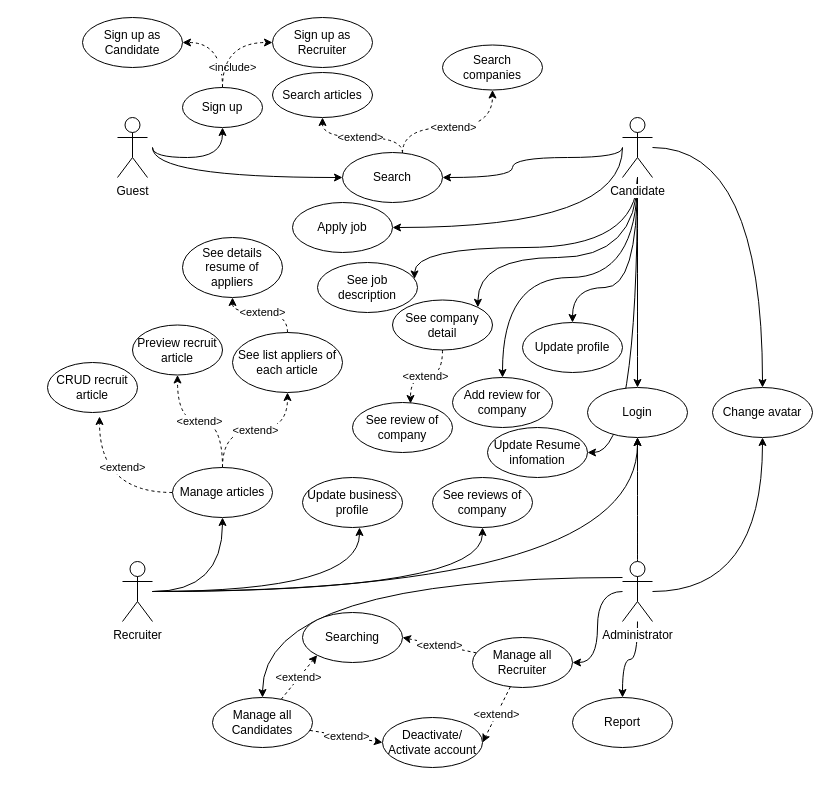
Before: page "Use case diagram" (1 of 7) of Use case Diagram.drawio in vietdqhcmute/DATN, a draw.io diagram. Source tidied: cells renumbered, new cells numbered last; positions are measured from the earlier drawing's top-left corner, leaving out a move shared by most shapes. Both pictures are drawn from the tidied source at 100%, with x=0, y=0 at pixel (47, 17).
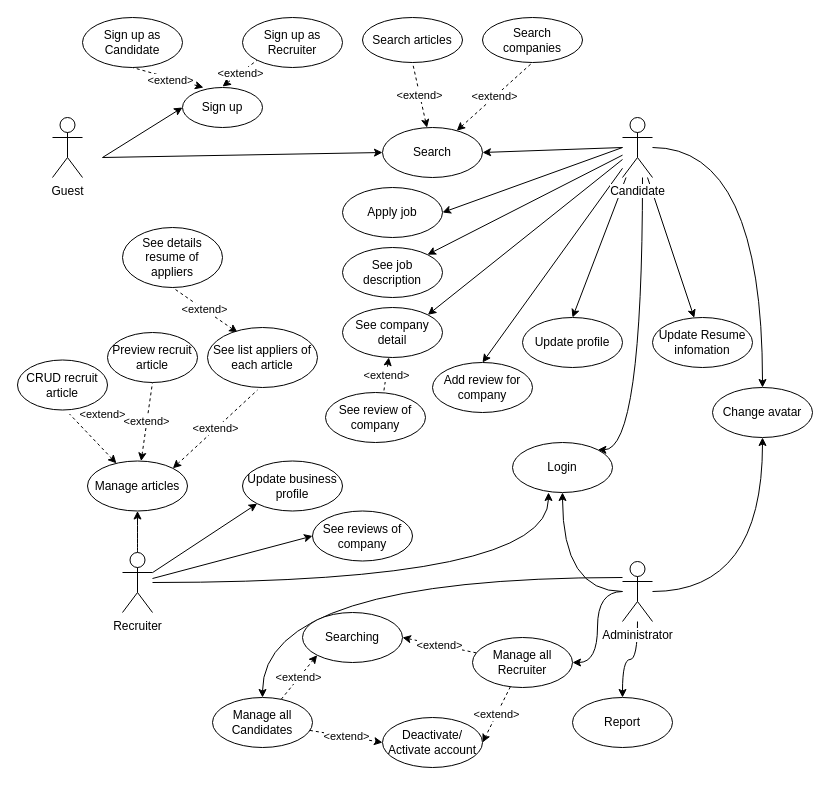
After the change.

Unchanged cells that the change refers to:
```xml
<mxCell id="14" value="Candidate" style="shape=umlActor;verticalLabelPosition=bottom;labelBackgroundColor=#ffffff;verticalAlign=top;html=1;outlineConnect=0;" parent="1" vertex="1">
  <mxGeometry x="575" y="100" width="30" height="60" as="geometry" />
</mxCell>
<mxCell id="28" value="Sign up" style="ellipse;whiteSpace=wrap;html=1;" parent="1" vertex="1">
  <mxGeometry x="135" y="70" width="80" height="40" as="geometry" />
</mxCell>
<mxCell id="29" value="Sign up as Candidate" style="ellipse;whiteSpace=wrap;html=1;" parent="1" vertex="1">
  <mxGeometry x="35" width="100" height="50" as="geometry" />
</mxCell>
```

The edit, as a diff of the source:
```diff
@@
-    <mxCell id="2" style="edgeStyle=orthogonalEdgeStyle;curved=1;rounded=0;jettySize=auto;html=1;entryX=0.5;entryY=1;entryDx=0;entryDy=0;" parent="1" edge="1" target="28">
+    <mxCell id="2" style="rounded=0;jettySize=auto;html=1;entryX=0;entryY=0.5;entryDx=0;entryDy=0;" parent="1" edge="1" target="28">
       <mxGeometry relative="1" as="geometry">
-        <mxPoint x="105" y="130" as="sourcePoint" />
-        <Array as="points">
-          <mxPoint x="175" y="140" />
-        </Array>
+        <mxPoint x="55" y="140" as="sourcePoint" />
       </mxGeometry>
     </mxCell>
-    <mxCell id="3" style="edgeStyle=orthogonalEdgeStyle;curved=1;rounded=0;jettySize=auto;html=1;entryX=0;entryY=0.5;entryDx=0;entryDy=0;" parent="1" edge="1" target="33">
+    <mxCell id="3" style="rounded=0;jettySize=auto;html=1;entryX=0;entryY=0.5;entryDx=0;entryDy=0;" parent="1" edge="1" target="33">
       <mxGeometry relative="1" as="geometry">
-        <mxPoint x="105" y="130" as="sourcePoint" />
-        <Array as="points">
-          <mxPoint x="105" y="160" />
-        </Array>
+        <mxPoint x="55" y="140" as="sourcePoint" />
       </mxGeometry>
     </mxCell>
     <mxCell id="4" value="Guest" style="shape=umlActor;verticalLabelPosition=bottom;labelBackgroundColor=#ffffff;verticalAlign=top;html=1;" parent="1" vertex="1">
-      <mxGeometry x="70" y="100" width="30" height="60" as="geometry" />
+      <mxGeometry x="5" y="100" width="30" height="60" as="geometry" />
     </mxCell>
-    <mxCell id="5" style="edgeStyle=orthogonalEdgeStyle;curved=1;rounded=0;jettySize=auto;html=1;entryX=1;entryY=0.5;entryDx=0;entryDy=0;" parent="1" edge="1" target="33">
+    <mxCell id="5" style="rounded=0;jettySize=auto;html=1;entryX=1;entryY=0.5;entryDx=0;entryDy=0;" parent="1" edge="1" target="33">
       <mxGeometry relative="1" as="geometry">
         <mxPoint x="575" y="130" as="sourcePoint" />
-        <Array as="points">
-          <mxPoint x="575" y="140" />
-          <mxPoint x="465" y="140" />
-          <mxPoint x="465" y="160" />
-        </Array>
       </mxGeometry>
     </mxCell>
-    <mxCell id="6" style="edgeStyle=orthogonalEdgeStyle;curved=1;rounded=0;jettySize=auto;html=1;entryX=0.5;entryY=0;entryDx=0;entryDy=0;" parent="1" edge="1" source="14" target="36">
-      <mxGeometry relative="1" as="geometry" />
+    <mxCell id="6" style="rounded=0;jettySize=auto;html=1;entryX=1;entryY=0;entryDx=0;entryDy=0;edgeStyle=orthogonalEdgeStyle;curved=1;" parent="1" edge="1" source="14" target="36">
+      <mxGeometry relative="1" as="geometry">
+        <Array as="points">
+          <mxPoint x="595" y="432" />
+        </Array>
+      </mxGeometry>
     </mxCell>
-    <mxCell id="7" style="edgeStyle=orthogonalEdgeStyle;curved=1;rounded=0;jettySize=auto;html=1;entryX=1;entryY=0.5;entryDx=0;entryDy=0;" parent="1" edge="1" target="54">
+    <mxCell id="7" style="rounded=0;jettySize=auto;html=1;entryX=1;entryY=0.5;entryDx=0;entryDy=0;" parent="1" edge="1" target="54">
       <mxGeometry relative="1" as="geometry">
         <mxPoint x="575" y="130" as="sourcePoint" />
-        <Array as="points">
-          <mxPoint x="575" y="210" />
-        </Array>
       </mxGeometry>
     </mxCell>
-    <mxCell id="8" style="edgeStyle=orthogonalEdgeStyle;curved=1;rounded=0;jettySize=auto;html=1;entryX=0.5;entryY=0;entryDx=0;entryDy=0;" parent="1" edge="1" source="14" target="43">
-      <mxGeometry relative="1" as="geometry">
-        <Array as="points">
-          <mxPoint x="590" y="270" />
-          <mxPoint x="525" y="270" />
-        </Array>
-      </mxGeometry>
+    <mxCell id="8" style="rounded=0;jettySize=auto;html=1;entryX=0.5;entryY=0;entryDx=0;entryDy=0;" parent="1" edge="1" source="14" target="43">
+      <mxGeometry relative="1" as="geometry" />
     </mxCell>
-    <mxCell id="9" style="edgeStyle=orthogonalEdgeStyle;curved=1;rounded=0;jettySize=auto;html=1;" parent="1" edge="1" source="14" target="55">
-      <mxGeometry relative="1" as="geometry">
-        <Array as="points">
-          <mxPoint x="590" y="230" />
-          <mxPoint x="367" y="230" />
-        </Array>
-      </mxGeometry>
+    <mxCell id="9" style="rounded=0;jettySize=auto;html=1;" parent="1" edge="1" source="14" target="55">
+      <mxGeometry relative="1" as="geometry" />
     </mxCell>
-    <mxCell id="10" style="edgeStyle=orthogonalEdgeStyle;curved=1;rounded=0;jettySize=auto;html=1;entryX=1;entryY=0;entryDx=0;entryDy=0;" parent="1" edge="1" source="14" target="57">
-      <mxGeometry relative="1" as="geometry">
-        <Array as="points">
-          <mxPoint x="590" y="240" />
-          <mxPoint x="430" y="240" />
-        </Array>
-      </mxGeometry>
+    <mxCell id="10" style="rounded=0;jettySize=auto;html=1;entryX=1;entryY=0;entryDx=0;entryDy=0;" parent="1" edge="1" source="14" target="57">
+      <mxGeometry relative="1" as="geometry" />
     </mxCell>
-    <mxCell id="11" style="edgeStyle=orthogonalEdgeStyle;curved=1;rounded=0;jettySize=auto;html=1;entryX=0.5;entryY=0;entryDx=0;entryDy=0;" parent="1" edge="1" source="14" target="58">
-      <mxGeometry relative="1" as="geometry">
-        <Array as="points">
-          <mxPoint x="590" y="260" />
-          <mxPoint x="455" y="260" />
-        </Array>
-      </mxGeometry>
+    <mxCell id="11" style="rounded=0;jettySize=auto;html=1;entryX=0.5;entryY=0;entryDx=0;entryDy=0;" parent="1" edge="1" source="14" target="58">
+      <mxGeometry relative="1" as="geometry" />
     </mxCell>
-    <mxCell id="12" style="edgeStyle=orthogonalEdgeStyle;rounded=0;jettySize=auto;html=1;curved=1;" parent="1" edge="1" source="14" target="61">
-      <mxGeometry relative="1" as="geometry">
-        <Array as="points">
-          <mxPoint x="590" y="435" />
-        </Array>
-      </mxGeometry>
+    <mxCell id="12" style="rounded=0;jettySize=auto;html=1;" parent="1" edge="1" source="14" target="61">
+      <mxGeometry relative="1" as="geometry" />
     </mxCell>
@@
-    <mxCell id="21" style="edgeStyle=orthogonalEdgeStyle;curved=1;rounded=0;jettySize=auto;html=1;entryX=0.5;entryY=1;entryDx=0;entryDy=0;" parent="1" edge="1" source="25" target="36">
+    <mxCell id="21" style="edgeStyle=orthogonalEdgeStyle;curved=1;rounded=0;jettySize=auto;html=1;entryX=0.36;entryY=1;entryDx=0;entryDy=0;entryPerimeter=0;" parent="1" edge="1" source="25" target="36">
       <mxGeometry relative="1" as="geometry" />
     </mxCell>
@@
-    <mxCell id="23" style="edgeStyle=orthogonalEdgeStyle;curved=1;rounded=0;jettySize=auto;html=1;entryX=0.57;entryY=1;entryDx=0;entryDy=0;entryPerimeter=0;" parent="1" edge="1" source="25" target="48">
+    <mxCell id="23" style="rounded=0;jettySize=auto;html=1;entryX=0;entryY=1;entryDx=0;entryDy=0;" parent="1" edge="1" source="25" target="48">
       <mxGeometry relative="1" as="geometry" />
     </mxCell>
-    <mxCell id="24" style="edgeStyle=orthogonalEdgeStyle;curved=1;rounded=0;jettySize=auto;html=1;entryX=0.5;entryY=1;entryDx=0;entryDy=0;" parent="1" edge="1" source="25" target="60">
+    <mxCell id="24" style="rounded=0;jettySize=auto;html=1;entryX=0;entryY=0.5;entryDx=0;entryDy=0;" parent="1" edge="1" source="25" target="60">
       <mxGeometry relative="1" as="geometry" />
     </mxCell>
     <mxCell id="25" value="Recruiter" style="shape=umlActor;verticalLabelPosition=bottom;labelBackgroundColor=#ffffff;verticalAlign=top;html=1;outlineConnect=0;" parent="1" vertex="1">
-      <mxGeometry x="75" y="544" width="30" height="60" as="geometry" />
+      <mxGeometry x="75" y="535" width="30" height="60" as="geometry" />
     </mxCell>
-    <mxCell id="26" value="&amp;lt;include&amp;gt;" style="edgeStyle=orthogonalEdgeStyle;rounded=0;jettySize=auto;html=1;entryX=1;entryY=0.5;entryDx=0;entryDy=0;curved=1;dashed=1;" parent="1" edge="1" source="28" target="29">
-      <mxGeometry x="-0.53" y="-10" relative="1" as="geometry" />
+    <mxCell id="26" value="&amp;lt;extend&amp;gt;" style="rounded=0;jettySize=auto;html=1;entryX=0.5;entryY=1;entryDx=0;entryDy=0;dashed=1;startArrow=classic;startFill=1;endArrow=none;endFill=0;exitX=0.25;exitY=0;exitDx=0;exitDy=0;exitPerimeter=0;" parent="1" edge="1" target="29">
+      <mxGeometry x="-0.08" y="2" relative="1" as="geometry">
+        <mxPoint x="156" y="70" as="sourcePoint" />
+      </mxGeometry>
     </mxCell>
-    <mxCell id="27" style="edgeStyle=orthogonalEdgeStyle;rounded=0;jettySize=auto;html=1;entryX=0;entryY=0.5;entryDx=0;entryDy=0;curved=1;exitX=0.5;exitY=0;exitDx=0;exitDy=0;dashed=1;" parent="1" edge="1" source="28" target="30">
-      <mxGeometry relative="1" as="geometry" />
+    <mxCell id="27" value="&amp;lt;extend&amp;gt;" style="rounded=0;jettySize=auto;html=1;entryX=0;entryY=1;entryDx=0;entryDy=0;dashed=1;startArrow=classic;startFill=1;endArrow=none;endFill=0;" parent="1" edge="1" target="30">
+      <mxGeometry relative="1" as="geometry">
+        <mxPoint x="175" y="69" as="sourcePoint" />
+      </mxGeometry>
     </mxCell>
@@
     <mxCell id="30" value="Sign up as Recruiter" style="ellipse;whiteSpace=wrap;html=1;" parent="1" vertex="1">
-      <mxGeometry x="225" width="100" height="50" as="geometry" />
+      <mxGeometry x="195" width="100" height="50" as="geometry" />
     </mxCell>
-    <mxCell id="31" value="&amp;lt;extend&amp;gt;" style="edgeStyle=orthogonalEdgeStyle;curved=1;rounded=0;jettySize=auto;html=1;entryX=0.5;entryY=1;entryDx=0;entryDy=0;dashed=1;" parent="1" edge="1" source="33" target="35">
-      <mxGeometry relative="1" as="geometry">
-        <Array as="points">
-          <mxPoint x="355" y="110" />
-          <mxPoint x="445" y="110" />
-        </Array>
-      </mxGeometry>
+    <mxCell id="31" value="&amp;lt;extend&amp;gt;" style="rounded=0;jettySize=auto;html=1;entryX=0.5;entryY=1;entryDx=0;entryDy=0;dashed=1;startArrow=classic;startFill=1;endArrow=none;endFill=0;" parent="1" edge="1" source="33" target="35">
+      <mxGeometry relative="1" as="geometry" />
     </mxCell>
-    <mxCell id="32" value="&amp;lt;extend&amp;gt;" style="edgeStyle=orthogonalEdgeStyle;curved=1;rounded=0;jettySize=auto;html=1;entryX=0.5;entryY=1;entryDx=0;entryDy=0;dashed=1;" parent="1" edge="1" source="33" target="34">
-      <mxGeometry relative="1" as="geometry">
-        <Array as="points">
-          <mxPoint x="355" y="120" />
-          <mxPoint x="275" y="120" />
-        </Array>
-      </mxGeometry>
+    <mxCell id="32" value="&amp;lt;extend&amp;gt;" style="rounded=0;jettySize=auto;html=1;entryX=0.5;entryY=1;entryDx=0;entryDy=0;dashed=1;startArrow=classic;startFill=1;endArrow=none;endFill=0;" parent="1" edge="1" source="33" target="34">
+      <mxGeometry relative="1" as="geometry" />
     </mxCell>
     <mxCell id="33" value="Search" style="ellipse;whiteSpace=wrap;html=1;" parent="1" vertex="1">
-      <mxGeometry x="295" y="135" width="100" height="50" as="geometry" />
+      <mxGeometry x="335" y="110" width="100" height="50" as="geometry" />
     </mxCell>
     <mxCell id="34" value="Search articles&lt;br&gt;" style="ellipse;whiteSpace=wrap;html=1;" parent="1" vertex="1">
-      <mxGeometry x="225" y="55" width="100" height="45" as="geometry" />
+      <mxGeometry x="315" width="100" height="45" as="geometry" />
     </mxCell>
     <mxCell id="35" value="Search companies&lt;br&gt;" style="ellipse;whiteSpace=wrap;html=1;" parent="1" vertex="1">
-      <mxGeometry x="395" y="27.5" width="100" height="45" as="geometry" />
+      <mxGeometry x="435" width="100" height="45" as="geometry" />
     </mxCell>
     <mxCell id="36" value="Login" style="ellipse;whiteSpace=wrap;html=1;" parent="1" vertex="1">
-      <mxGeometry x="540" y="370" width="100" height="50" as="geometry" />
+      <mxGeometry x="465" y="425" width="100" height="50" as="geometry" />
     </mxCell>
@@
     <mxCell id="43" value="Update profile" style="ellipse;whiteSpace=wrap;html=1;" parent="1" vertex="1">
-      <mxGeometry x="475" y="305" width="100" height="50" as="geometry" />
+      <mxGeometry x="475" y="300" width="100" height="50" as="geometry" />
     </mxCell>
-    <mxCell id="44" value="&amp;lt;extend&amp;gt;" style="edgeStyle=orthogonalEdgeStyle;curved=1;rounded=0;jettySize=auto;html=1;entryX=0.578;entryY=1.08;entryDx=0;entryDy=0;entryPerimeter=0;dashed=1;" parent="1" edge="1" source="47" target="49">
+    <mxCell id="44" value="&amp;lt;extend&amp;gt;" style="rounded=0;jettySize=auto;html=1;entryX=0.578;entryY=1.08;entryDx=0;entryDy=0;entryPerimeter=0;dashed=1;endArrow=none;endFill=0;startArrow=classic;startFill=1;" parent="1" edge="1" source="47" target="49">
       <mxGeometry x="0.32" y="-23" relative="1" as="geometry" />
     </mxCell>
-    <mxCell id="45" value="&amp;lt;extend&amp;gt;" style="edgeStyle=orthogonalEdgeStyle;curved=1;rounded=0;jettySize=auto;html=1;entryX=0.5;entryY=1;entryDx=0;entryDy=0;dashed=1;" parent="1" edge="1" source="47" target="50">
+    <mxCell id="45" value="&amp;lt;extend&amp;gt;" style="rounded=0;jettySize=auto;html=1;entryX=0.5;entryY=1;entryDx=0;entryDy=0;dashed=1;startArrow=classic;startFill=1;endArrow=none;endFill=0;" parent="1" edge="1" source="47" target="50">
       <mxGeometry relative="1" as="geometry" />
     </mxCell>
-    <mxCell id="46" value="&amp;lt;extend&amp;gt;" style="edgeStyle=orthogonalEdgeStyle;curved=1;rounded=0;jettySize=auto;html=1;entryX=0.5;entryY=1;entryDx=0;entryDy=0;dashed=1;" parent="1" edge="1" source="47" target="52">
-      <mxGeometry relative="1" as="geometry" />
+    <mxCell id="46" value="&amp;lt;extend&amp;gt;" style="rounded=0;jettySize=auto;html=1;entryX=0.5;entryY=1;entryDx=0;entryDy=0;dashed=1;startArrow=classic;startFill=1;endArrow=none;endFill=0;exitX=1;exitY=0;exitDx=0;exitDy=0;" parent="1" edge="1" source="47">
+      <mxGeometry relative="1" as="geometry">
+        <mxPoint x="210" y="372.5" as="targetPoint" />
+      </mxGeometry>
     </mxCell>
     <mxCell id="47" value="Manage articles" style="ellipse;whiteSpace=wrap;html=1;" parent="1" vertex="1">
-      <mxGeometry x="125" y="450" width="100" height="50" as="geometry" />
+      <mxGeometry x="40" y="443.5" width="100" height="50" as="geometry" />
     </mxCell>
     <mxCell id="48" value="Update&amp;nbsp;business profile" style="ellipse;whiteSpace=wrap;html=1;" parent="1" vertex="1">
-      <mxGeometry x="255" y="460" width="100" height="50" as="geometry" />
+      <mxGeometry x="195" y="443.5" width="100" height="50" as="geometry" />
     </mxCell>
     <mxCell id="49" value="CRUD recruit article" style="ellipse;whiteSpace=wrap;html=1;" parent="1" vertex="1">
-      <mxGeometry y="345" width="90" height="50" as="geometry" />
+      <mxGeometry x="-30" y="342.5" width="90" height="50" as="geometry" />
     </mxCell>
     <mxCell id="50" value="Preview recruit article" style="ellipse;whiteSpace=wrap;html=1;" parent="1" vertex="1">
-      <mxGeometry x="85" y="307.5" width="90" height="50" as="geometry" />
+      <mxGeometry x="60" y="315" width="90" height="50" as="geometry" />
     </mxCell>
-    <mxCell id="51" value="&amp;lt;extend&amp;gt;" style="edgeStyle=orthogonalEdgeStyle;curved=1;rounded=0;jettySize=auto;html=1;entryX=0.5;entryY=1;entryDx=0;entryDy=0;dashed=1;" parent="1" edge="1" source="52" target="53">
+    <mxCell id="51" value="&amp;lt;extend&amp;gt;" style="rounded=0;jettySize=auto;html=1;entryX=0.5;entryY=1;entryDx=0;entryDy=0;dashed=1;startArrow=classic;startFill=1;endArrow=none;endFill=0;exitX=0.273;exitY=0.083;exitDx=0;exitDy=0;exitPerimeter=0;" parent="1" edge="1" source="52" target="53">
       <mxGeometry relative="1" as="geometry" />
     </mxCell>
     <mxCell id="52" value="See list appliers of each article" style="ellipse;whiteSpace=wrap;html=1;" parent="1" vertex="1">
-      <mxGeometry x="185" y="315" width="110" height="60" as="geometry" />
+      <mxGeometry x="160" y="310" width="110" height="60" as="geometry" />
     </mxCell>
     <mxCell id="53" value="See details resume of appliers" style="ellipse;whiteSpace=wrap;html=1;" parent="1" vertex="1">
-      <mxGeometry x="135" y="220" width="100" height="60" as="geometry" />
+      <mxGeometry x="75" y="210" width="100" height="60" as="geometry" />
     </mxCell>
     <mxCell id="54" value="Apply job" style="ellipse;whiteSpace=wrap;html=1;" parent="1" vertex="1">
-      <mxGeometry x="245" y="185" width="100" height="50" as="geometry" />
+      <mxGeometry x="295" y="170" width="100" height="50" as="geometry" />
     </mxCell>
     <mxCell id="55" value="See job description" style="ellipse;whiteSpace=wrap;html=1;" parent="1" vertex="1">
-      <mxGeometry x="270" y="245" width="100" height="50" as="geometry" />
+      <mxGeometry x="295" y="230" width="100" height="50" as="geometry" />
     </mxCell>
-    <mxCell id="56" value="&amp;lt;extend&amp;gt;" style="edgeStyle=orthogonalEdgeStyle;curved=1;rounded=0;jettySize=auto;html=1;dashed=1;entryX=0.58;entryY=0.02;entryDx=0;entryDy=0;entryPerimeter=0;" parent="1" edge="1" source="57" target="59">
+    <mxCell id="56" value="&amp;lt;extend&amp;gt;" style="rounded=0;jettySize=auto;html=1;dashed=1;entryX=0.58;entryY=0.02;entryDx=0;entryDy=0;entryPerimeter=0;startArrow=classic;startFill=1;endArrow=none;endFill=0;" parent="1" edge="1" source="57" target="59">
       <mxGeometry relative="1" as="geometry" />
     </mxCell>
     <mxCell id="57" value="See company detail" style="ellipse;whiteSpace=wrap;html=1;" parent="1" vertex="1">
-      <mxGeometry x="345" y="282.5" width="100" height="50" as="geometry" />
+      <mxGeometry x="295" y="290" width="100" height="50" as="geometry" />
     </mxCell>
     <mxCell id="58" value="Add review for company" style="ellipse;whiteSpace=wrap;html=1;" parent="1" vertex="1">
-      <mxGeometry x="405" y="360" width="100" height="50" as="geometry" />
+      <mxGeometry x="385" y="345" width="100" height="50" as="geometry" />
     </mxCell>
     <mxCell id="59" value="See review of company" style="ellipse;whiteSpace=wrap;html=1;" parent="1" vertex="1">
-      <mxGeometry x="305" y="385" width="100" height="50" as="geometry" />
+      <mxGeometry x="278" y="375" width="100" height="50" as="geometry" />
     </mxCell>
     <mxCell id="60" value="See reviews of company" style="ellipse;whiteSpace=wrap;html=1;" parent="1" vertex="1">
-      <mxGeometry x="385" y="460" width="100" height="50" as="geometry" />
+      <mxGeometry x="265" y="493.5" width="100" height="50" as="geometry" />
     </mxCell>
     <mxCell id="61" value="Update Resume infomation&lt;br&gt;" style="ellipse;whiteSpace=wrap;html=1;" parent="1" vertex="1">
-      <mxGeometry x="440" y="410" width="100" height="50" as="geometry" />
+      <mxGeometry x="605" y="300" width="100" height="50" as="geometry" />
     </mxCell>
```
